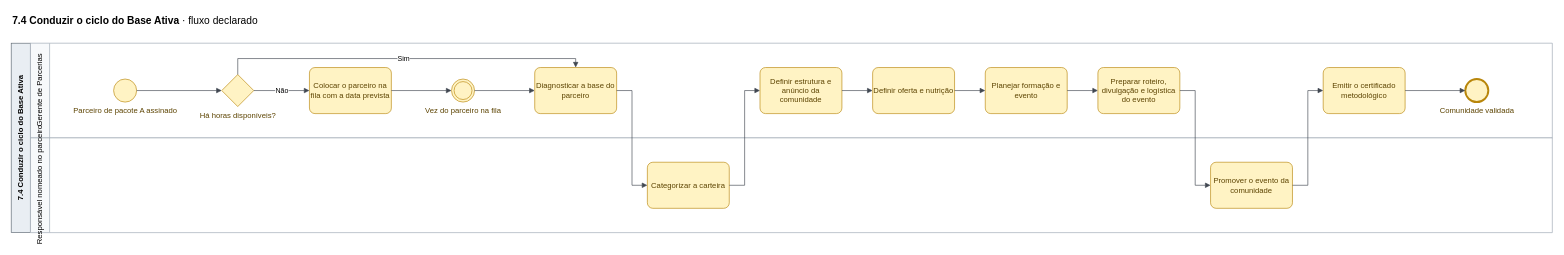
This is page "7.4 Conduzir o ciclo do Base Ativa" (15 of 19) of mapeamentos/wise-partners-to-be/saidas/mapa.drawio from Guilherme-MFaccin/Wise-Partners, a draw.io file, before an edit. Source tidied: cells renumbered, new cells numbered last; positions are measured from the earlier drawing's top-left corner, leaving out a move shared by most shapes. Both pictures are drawn from the tidied source at 64%, with x=0, y=0 at pixel (11, 11).
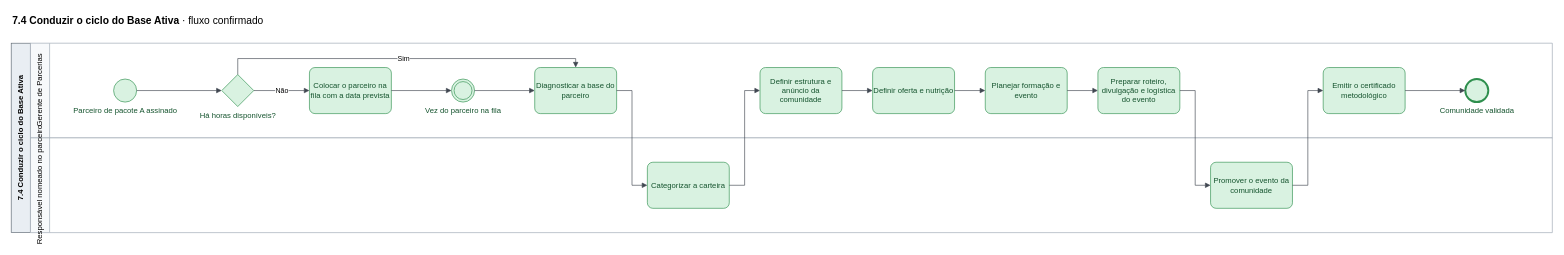
The same diagram, later.

Diff of the diagram source:
```diff
@@
-    <mxCell id="2" value="&lt;b&gt;7.4 Conduzir o ciclo do Base Ativa&lt;/b&gt;  ·  fluxo declarado" style="text;html=1;fontSize=16;align=left;verticalAlign=middle;strokeColor=none;fillColor=none;" parent="1" vertex="1">
+    <mxCell id="2" value="&lt;b&gt;7.4 Conduzir o ciclo do Base Ativa&lt;/b&gt;  ·  fluxo confirmado" style="text;html=1;fontSize=16;align=left;verticalAlign=middle;strokeColor=none;fillColor=none;" parent="1" vertex="1">
       <mxGeometry width="700" height="30" as="geometry" />
     </mxCell>
@@
-    <mxCell id="6" value="Parceiro de pacote A assinado" style="ellipse;html=1;fillColor=#FFF3C4;strokeColor=#B8860B;fontColor=#5C4300;verticalLabelPosition=bottom;verticalAlign=top;labelPosition=center;align=center;" parent="1" vertex="1">
+    <mxCell id="6" value="Parceiro de pacote A assinado" style="ellipse;html=1;fillColor=#D9F2E1;strokeColor=#2F8F4E;fontColor=#14532D;verticalLabelPosition=bottom;verticalAlign=top;labelPosition=center;align=center;" parent="1" vertex="1">
       <mxGeometry x="160" y="106" width="36" height="36" as="geometry" />
     </mxCell>
-    <mxCell id="7" value="Há horas disponíveis?" style="rhombus;html=1;fillColor=#FFF3C4;strokeColor=#B8860B;fontColor=#5C4300;verticalLabelPosition=bottom;verticalAlign=top;labelPosition=center;align=center;" parent="1" vertex="1">
+    <mxCell id="7" value="Há horas disponíveis?" style="rhombus;html=1;fillColor=#D9F2E1;strokeColor=#2F8F4E;fontColor=#14532D;verticalLabelPosition=bottom;verticalAlign=top;labelPosition=center;align=center;" parent="1" vertex="1">
       <mxGeometry x="329" y="99" width="50" height="50" as="geometry" />
     </mxCell>
-    <mxCell id="8" value="Colocar o parceiro na fila com a data prevista" style="rounded=1;whiteSpace=wrap;html=1;arcSize=12;fillColor=#FFF3C4;strokeColor=#B8860B;fontColor=#5C4300;" parent="1" vertex="1">
+    <mxCell id="8" value="Colocar o parceiro na fila com a data prevista" style="rounded=1;whiteSpace=wrap;html=1;arcSize=12;fillColor=#D9F2E1;strokeColor=#2F8F4E;fontColor=#14532D;" parent="1" vertex="1">
       <mxGeometry x="466" y="88" width="128" height="72" as="geometry" />
     </mxCell>
-    <mxCell id="9" value="Vez do parceiro na fila" style="ellipse;shape=doubleEllipse;html=1;fillColor=#FFF3C4;strokeColor=#B8860B;fontColor=#5C4300;verticalLabelPosition=bottom;verticalAlign=top;labelPosition=center;align=center;" parent="1" vertex="1">
+    <mxCell id="9" value="Vez do parceiro na fila" style="ellipse;shape=doubleEllipse;html=1;fillColor=#D9F2E1;strokeColor=#2F8F4E;fontColor=#14532D;verticalLabelPosition=bottom;verticalAlign=top;labelPosition=center;align=center;" parent="1" vertex="1">
       <mxGeometry x="688" y="106" width="36" height="36" as="geometry" />
     </mxCell>
-    <mxCell id="10" value="Diagnosticar a base do parceiro" style="rounded=1;whiteSpace=wrap;html=1;arcSize=12;fillColor=#FFF3C4;strokeColor=#B8860B;fontColor=#5C4300;" parent="1" vertex="1">
+    <mxCell id="10" value="Diagnosticar a base do parceiro" style="rounded=1;whiteSpace=wrap;html=1;arcSize=12;fillColor=#D9F2E1;strokeColor=#2F8F4E;fontColor=#14532D;" parent="1" vertex="1">
       <mxGeometry x="818" y="88" width="128" height="72" as="geometry" />
     </mxCell>
-    <mxCell id="11" value="Categorizar a carteira" style="rounded=1;whiteSpace=wrap;html=1;arcSize=12;fillColor=#FFF3C4;strokeColor=#B8860B;fontColor=#5C4300;" parent="1" vertex="1">
+    <mxCell id="11" value="Categorizar a carteira" style="rounded=1;whiteSpace=wrap;html=1;arcSize=12;fillColor=#D9F2E1;strokeColor=#2F8F4E;fontColor=#14532D;" parent="1" vertex="1">
       <mxGeometry x="994" y="236" width="128" height="72" as="geometry" />
     </mxCell>
-    <mxCell id="12" value="Definir estrutura e anúncio da comunidade" style="rounded=1;whiteSpace=wrap;html=1;arcSize=12;fillColor=#FFF3C4;strokeColor=#B8860B;fontColor=#5C4300;" parent="1" vertex="1">
+    <mxCell id="12" value="Definir estrutura e anúncio da comunidade" style="rounded=1;whiteSpace=wrap;html=1;arcSize=12;fillColor=#D9F2E1;strokeColor=#2F8F4E;fontColor=#14532D;" parent="1" vertex="1">
       <mxGeometry x="1170" y="88" width="128" height="72" as="geometry" />
     </mxCell>
-    <mxCell id="13" value="Definir oferta e nutrição" style="rounded=1;whiteSpace=wrap;html=1;arcSize=12;fillColor=#FFF3C4;strokeColor=#B8860B;fontColor=#5C4300;" parent="1" vertex="1">
+    <mxCell id="13" value="Definir oferta e nutrição" style="rounded=1;whiteSpace=wrap;html=1;arcSize=12;fillColor=#D9F2E1;strokeColor=#2F8F4E;fontColor=#14532D;" parent="1" vertex="1">
       <mxGeometry x="1346" y="88" width="128" height="72" as="geometry" />
     </mxCell>
-    <mxCell id="14" value="Planejar formação e evento" style="rounded=1;whiteSpace=wrap;html=1;arcSize=12;fillColor=#FFF3C4;strokeColor=#B8860B;fontColor=#5C4300;" parent="1" vertex="1">
+    <mxCell id="14" value="Planejar formação e evento" style="rounded=1;whiteSpace=wrap;html=1;arcSize=12;fillColor=#D9F2E1;strokeColor=#2F8F4E;fontColor=#14532D;" parent="1" vertex="1">
       <mxGeometry x="1522" y="88" width="128" height="72" as="geometry" />
     </mxCell>
-    <mxCell id="15" value="Preparar roteiro, divulgação e logística do evento" style="rounded=1;whiteSpace=wrap;html=1;arcSize=12;fillColor=#FFF3C4;strokeColor=#B8860B;fontColor=#5C4300;" parent="1" vertex="1">
+    <mxCell id="15" value="Preparar roteiro, divulgação e logística do evento" style="rounded=1;whiteSpace=wrap;html=1;arcSize=12;fillColor=#D9F2E1;strokeColor=#2F8F4E;fontColor=#14532D;" parent="1" vertex="1">
       <mxGeometry x="1698" y="88" width="128" height="72" as="geometry" />
     </mxCell>
-    <mxCell id="16" value="Promover o evento da comunidade" style="rounded=1;whiteSpace=wrap;html=1;arcSize=12;fillColor=#FFF3C4;strokeColor=#B8860B;fontColor=#5C4300;" parent="1" vertex="1">
+    <mxCell id="16" value="Promover o evento da comunidade" style="rounded=1;whiteSpace=wrap;html=1;arcSize=12;fillColor=#D9F2E1;strokeColor=#2F8F4E;fontColor=#14532D;" parent="1" vertex="1">
       <mxGeometry x="1874" y="236" width="128" height="72" as="geometry" />
     </mxCell>
-    <mxCell id="17" value="Emitir o certificado metodológico" style="rounded=1;whiteSpace=wrap;html=1;arcSize=12;fillColor=#FFF3C4;strokeColor=#B8860B;fontColor=#5C4300;" parent="1" vertex="1">
+    <mxCell id="17" value="Emitir o certificado metodológico" style="rounded=1;whiteSpace=wrap;html=1;arcSize=12;fillColor=#D9F2E1;strokeColor=#2F8F4E;fontColor=#14532D;" parent="1" vertex="1">
       <mxGeometry x="2050" y="88" width="128" height="72" as="geometry" />
     </mxCell>
-    <mxCell id="18" value="Comunidade validada" style="ellipse;html=1;strokeWidth=3;fillColor=#FFF3C4;strokeColor=#B8860B;fontColor=#5C4300;verticalLabelPosition=bottom;verticalAlign=top;labelPosition=center;align=center;" parent="1" vertex="1">
+    <mxCell id="18" value="Comunidade validada" style="ellipse;html=1;strokeWidth=3;fillColor=#D9F2E1;strokeColor=#2F8F4E;fontColor=#14532D;verticalLabelPosition=bottom;verticalAlign=top;labelPosition=center;align=center;" parent="1" vertex="1">
       <mxGeometry x="2272" y="106" width="36" height="36" as="geometry" />
     </mxCell>
```
